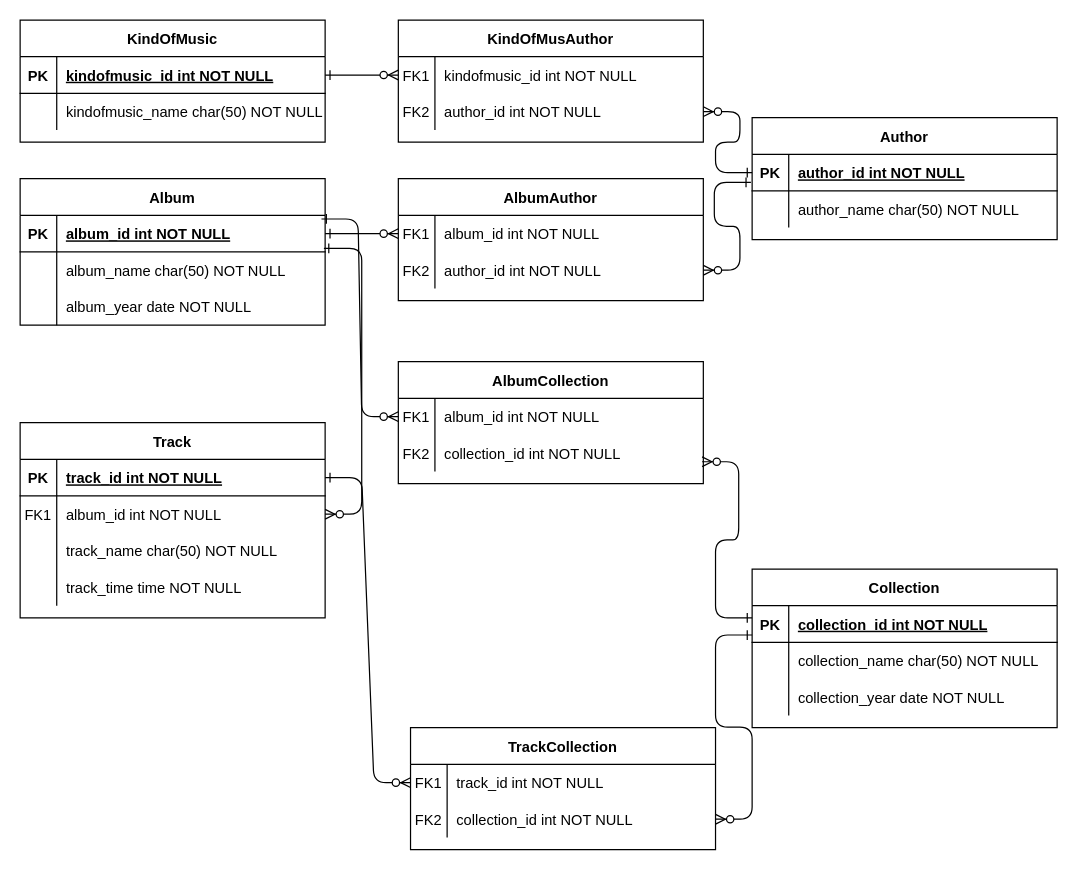
Earlier version of the draw.io diagram MusicStore.drawio (romiraxp/DBCreation). Source tidied: cells renumbered, new cells numbered last; positions are measured from the earlier drawing's top-left corner, leaving out a move shared by most shapes. Both pictures are drawn from the tidied source at 122%, with x=0, y=0 at pixel (20, 20).
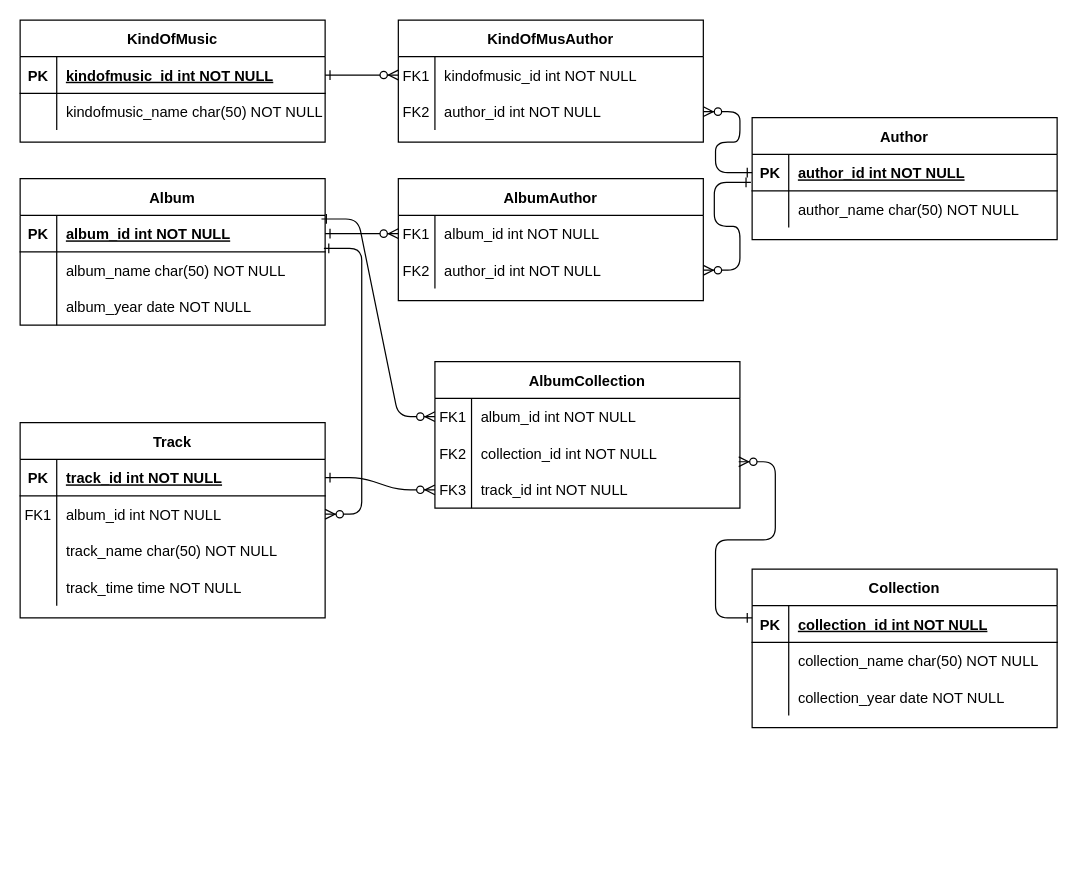
Above is the later version.

Unchanged cells that the change refers to:
```xml
<mxCell id="13" style="shape=partialRectangle;fillColor=none;points=[[0,0.5],[1,0.5]];portConstraint=eastwest;top=0;left=0;right=0;bottom=1;" parent="12" vertex="1">
  <mxGeometry y="30" width="250" height="30" as="geometry" />
</mxCell>
<mxCell id="55" style="shape=partialRectangle;fillColor=none;points=[[0,0.5],[1,0.5]];portConstraint=eastwest;top=0;left=0;right=0;bottom=1;" parent="54" vertex="1">
  <mxGeometry y="30" width="250" height="30" as="geometry" />
</mxCell>
```

The edit, as a diff of the source:
```diff
@@
     <mxCell id="68" value="AlbumCollection" style="shape=table;startSize=30;childLayout=tableLayout;rowLines=0;fontStyle=1;align=center;" parent="1" vertex="1">
-      <mxGeometry x="310" y="280" width="250" height="100" as="geometry" />
+      <mxGeometry x="340" y="280" width="250" height="120" as="geometry" />
     </mxCell>
@@
-    <mxCell id="75" value="TrackCollection" style="shape=table;startSize=30;childLayout=tableLayout;rowLines=0;fontStyle=1;align=center;" parent="1" vertex="1">
-      <mxGeometry x="320" y="580" width="250" height="100" as="geometry" />
-    </mxCell>
-    <mxCell id="76" style="shape=partialRectangle;fillColor=none;points=[[0,0.5],[1,0.5]];portConstraint=eastwest;top=0;left=0;right=0;bottom=0;" parent="75" vertex="1">
-      <mxGeometry y="30" width="250" height="30" as="geometry" />
-    </mxCell>
-    <mxCell id="77" value="FK1" style="shape=partialRectangle;overflow=hidden;fillColor=none;top=0;left=0;bottom=0;right=0;" parent="76" vertex="1">
-      <mxGeometry width="30" height="30" as="geometry" />
-    </mxCell>
+    <mxCell id="86" style="shape=partialRectangle;fillColor=none;points=[[0,0.5],[1,0.5]];portConstraint=eastwest;top=0;left=0;right=0;bottom=0;" parent="68" vertex="1">
+      <mxGeometry y="90" width="250" height="30" as="geometry" />
+    </mxCell>
+    <mxCell id="87" value="FK3" style="shape=partialRectangle;overflow=hidden;fillColor=none;top=0;left=0;bottom=0;right=0;" parent="86" vertex="1">
+      <mxGeometry width="30" height="30" as="geometry" />
+    </mxCell>
-    <mxCell id="78" value="track_id int NOT NULL" style="shape=partialRectangle;overflow=hidden;fillColor=none;top=0;left=0;bottom=0;right=0;align=left;spacingLeft=6;fontStyle=0;" parent="76" vertex="1">
+    <mxCell id="78" value="track_id int NOT NULL" style="shape=partialRectangle;overflow=hidden;fillColor=none;top=0;left=0;bottom=0;right=0;align=left;spacingLeft=6;" parent="86" vertex="1">
       <mxGeometry x="30" width="220" height="30" as="geometry" />
     </mxCell>
-    <mxCell id="79" style="shape=partialRectangle;fillColor=none;points=[[0,0.5],[1,0.5]];portConstraint=eastwest;top=0;left=0;right=0;bottom=0;" parent="75" vertex="1">
-      <mxGeometry y="60" width="250" height="30" as="geometry" />
-    </mxCell>
-    <mxCell id="80" value="FK2" style="shape=partialRectangle;overflow=hidden;fillColor=none;top=0;left=0;bottom=0;right=0;" parent="79" vertex="1">
-      <mxGeometry width="30" height="30" as="geometry" />
-    </mxCell>
-    <mxCell id="81" value="collection_id int NOT NULL" style="shape=partialRectangle;overflow=hidden;fillColor=none;top=0;left=0;bottom=0;right=0;align=left;spacingLeft=6;" parent="79" vertex="1">
-      <mxGeometry x="30" width="220" height="30" as="geometry" />
-    </mxCell>
@@
-    <mxCell id="84" style="edgeStyle=entityRelationEdgeStyle;endArrow=ERzeroToMany;startArrow=ERone;endFill=1;startFill=0;entryX=1;entryY=0.5;entryDx=0;entryDy=0;exitX=0;exitY=0.8;exitDx=0;exitDy=0;exitPerimeter=0;" parent="1" edge="1" source="13" target="79">
-      <mxGeometry relative="1" as="geometry">
-        <Array as="points">
-          <mxPoint x="620" y="560" />
-          <mxPoint x="610" y="600" />
-          <mxPoint x="820" y="600" />
-          <mxPoint x="810" y="630" />
-          <mxPoint x="700" y="630" />
-        </Array>
-      </mxGeometry>
-    </mxCell>
-    <mxCell id="85" style="edgeStyle=entityRelationEdgeStyle;endArrow=ERzeroToMany;startArrow=ERone;endFill=1;startFill=0;exitX=1;exitY=0.5;exitDx=0;exitDy=0;" parent="1" edge="1" source="55" target="76">
-      <mxGeometry relative="1" as="geometry">
-        <Array as="points">
-          <mxPoint x="490" y="530" />
-          <mxPoint x="480" y="570" />
-          <mxPoint x="690" y="570" />
-          <mxPoint x="680" y="600" />
-          <mxPoint x="570" y="600" />
-        </Array>
-      </mxGeometry>
-    </mxCell>
+    <mxCell id="88" style="edgeStyle=entityRelationEdgeStyle;endArrow=ERzeroToMany;startArrow=ERone;endFill=1;startFill=0;exitX=1;exitY=0.5;exitDx=0;exitDy=0;entryX=0;entryY=0.5;entryDx=0;entryDy=0;" parent="1" edge="1" source="55" target="86">
+      <mxGeometry relative="1" as="geometry">
+        <Array as="points">
+          <mxPoint x="443" y="707" />
+          <mxPoint x="703" y="677" />
+          <mxPoint x="433" y="747" />
+          <mxPoint x="643" y="747" />
+          <mxPoint x="633" y="777" />
+          <mxPoint x="523" y="777" />
+        </Array>
+      </mxGeometry>
+    </mxCell>
```
